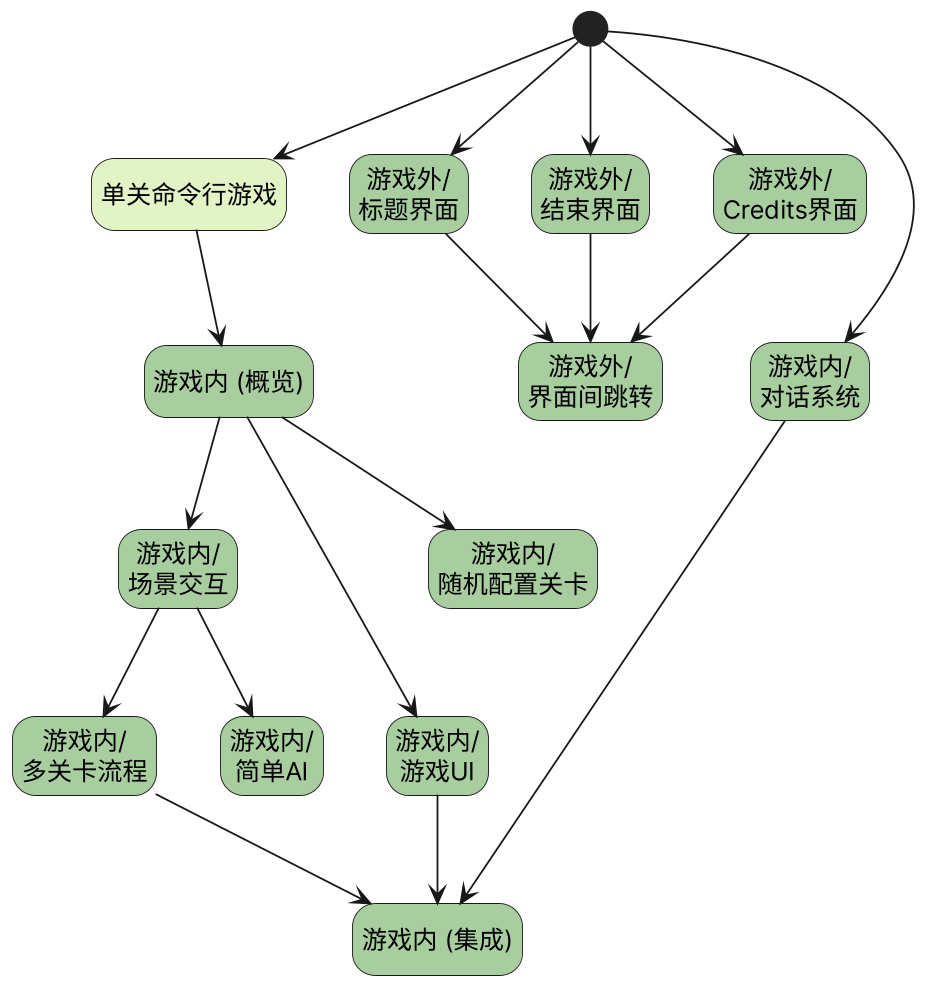
This is Docs/Tasks.png from iphelf/LD55W, a PlantUML export, as it was before one commit. Its diagram source:
```plantuml
@startuml
!$Stage1="#E2F4C5"
!$Stage2="#A8CD9F"
!$Stage3="#58A399"
!$Stage4="#496989"

skinparam DefaultFontName Sarasa Gothic SC
hide empty description

[*] --> SingleLevelCli
state "单关命令行游戏" as SingleLevelCli $Stage1

[*] --> TitlePage
[*] --> GameOverPage
[*] --> CreditsPage
state "游戏外/\n标题界面" as TitlePage $Stage2
state "游戏外/\n结束界面" as GameOverPage $Stage2
state "游戏外/\nCredits界面" as CreditsPage $Stage2
TitlePage --> InterPage
GameOverPage --> InterPage
CreditsPage --> InterPage
state "游戏外/\n界面间跳转" as InterPage $Stage2

SingleLevelCli --> Game
state "游戏内 (概览)" as Game $Stage2

Game --> Gameplay
state "游戏内/\n场景交互" as Gameplay $Stage2

Game --> GameplayUI
state "游戏内/\n游戏UI" as GameplayUI $Stage2

Game --> LevelConfig
state "游戏内/\n随机配置关卡" as LevelConfig $Stage2

Gameplay --> MultiLevel
state "游戏内/\n多关卡流程" as MultiLevel $Stage2

Gameplay --> SimpleAI
state "游戏内/\n简单AI" as SimpleAI $Stage2

[*] --> Dialogs
state "游戏内/\n对话系统" as Dialogs $Stage2

MultiLevel --> GameIntegration
GameplayUI --> GameIntegration
Dialogs --> GameIntegration
state "游戏内 (集成)" as GameIntegration $Stage2

@enduml
```
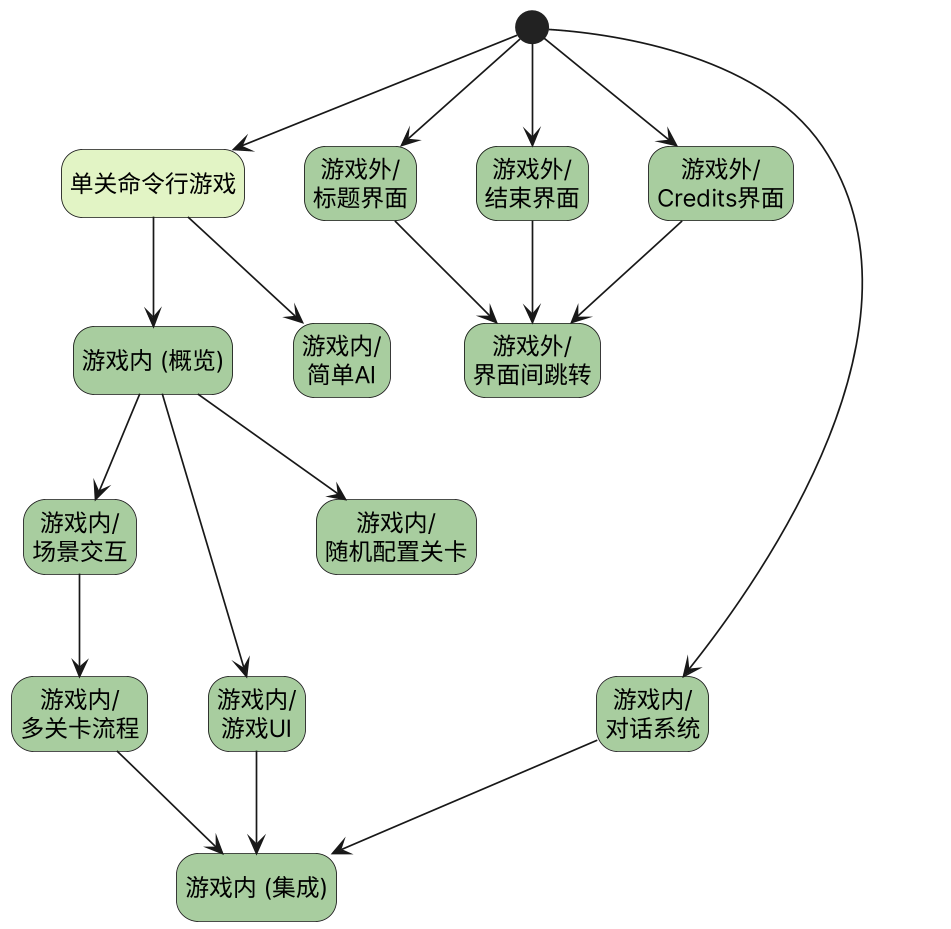
After the commit.

The edit, as a diff of the source:
```diff
@@ -36,7 +36,7 @@
 Gameplay --> MultiLevel
 state "游戏内/\n多关卡流程" as MultiLevel $Stage2
 
-Gameplay --> SimpleAI
+SingleLevelCli --> SimpleAI
 state "游戏内/\n简单AI" as SimpleAI $Stage2
 
 [*] --> Dialogs
```
